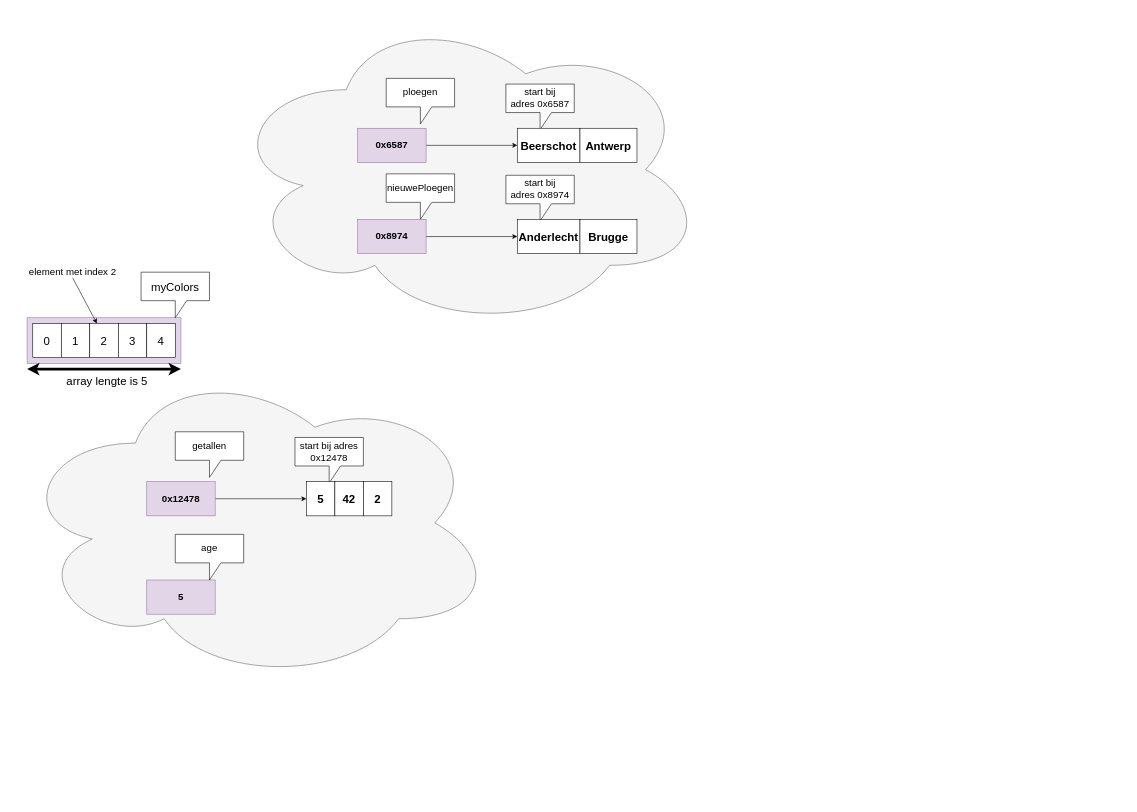
This is page "arrays" (7 of 7) of assets/svg diagrams.drawio from timdams/csharpbook, a draw.io file, before an edit. Source tidied: cells renumbered, new cells numbered last; positions are measured from the earlier drawing's top-left corner, leaving out a move shared by most shapes. Both pictures are drawn from the tidied source at 57%, with x=0, y=0 at pixel (10, 10).
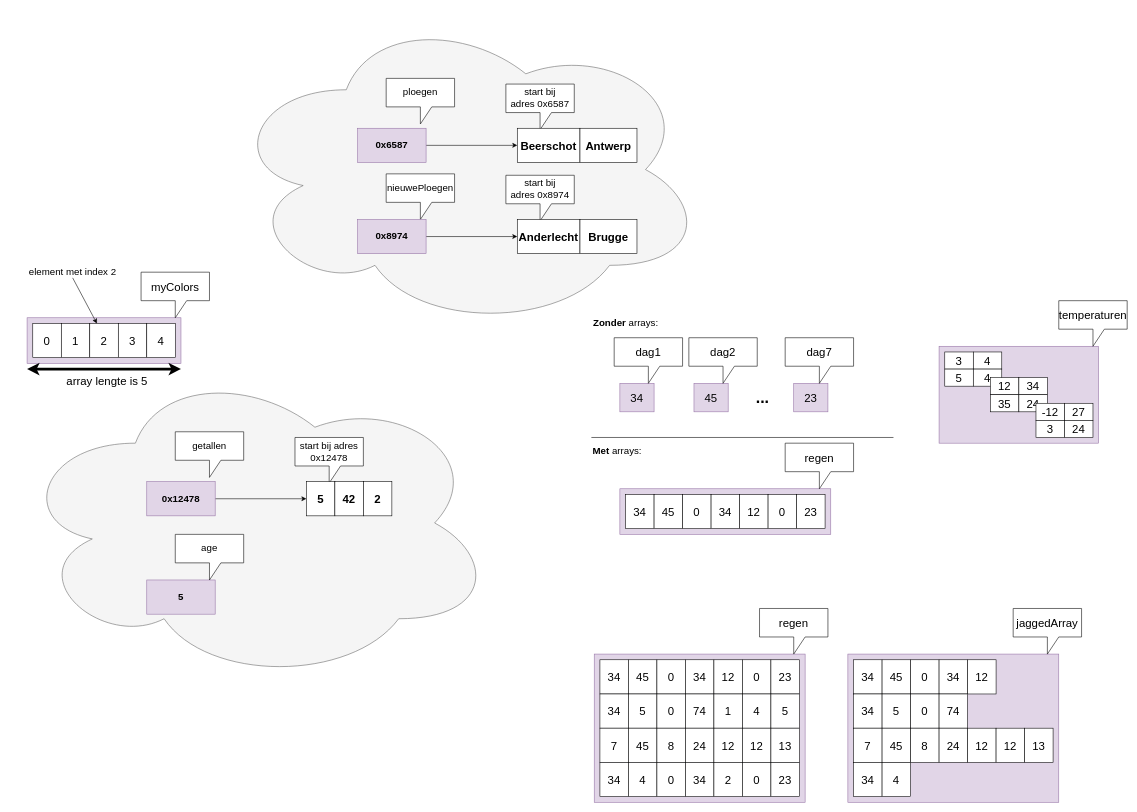
After the change.

The edit, as a diff of the source:
```diff
@@
+    <mxCell id="35" style="rounded=0;whiteSpace=wrap;html=1;fontSize=20;fillColor=#e1d5e7;strokeColor=#9673a6;" parent="1" vertex="1">
+      <mxGeometry x="1070" y="840" width="370" height="80" as="geometry" />
+    </mxCell>
+    <mxCell id="36" value="regen" style="shape=callout;whiteSpace=wrap;html=1;perimeter=calloutPerimeter;fontSize=20;" parent="1" vertex="1">
+      <mxGeometry x="1360" y="760" width="120" height="80" as="geometry" />
+    </mxCell>
+    <mxCell id="37" value="34" style="rounded=0;whiteSpace=wrap;html=1;fontSize=20;" parent="1" vertex="1">
+      <mxGeometry x="1080" y="850" width="50" height="60" as="geometry" />
+    </mxCell>
+    <mxCell id="38" value="45" style="rounded=0;whiteSpace=wrap;html=1;fontSize=20;" parent="1" vertex="1">
+      <mxGeometry x="1130" y="850" width="50" height="60" as="geometry" />
+    </mxCell>
+    <mxCell id="39" value="0" style="rounded=0;whiteSpace=wrap;html=1;fontSize=20;" parent="1" vertex="1">
+      <mxGeometry x="1180" y="850" width="50" height="60" as="geometry" />
+    </mxCell>
+    <mxCell id="40" value="34" style="rounded=0;whiteSpace=wrap;html=1;fontSize=20;" parent="1" vertex="1">
+      <mxGeometry x="1230" y="850" width="50" height="60" as="geometry" />
+    </mxCell>
+    <mxCell id="41" value="12" style="rounded=0;whiteSpace=wrap;html=1;fontSize=20;" parent="1" vertex="1">
+      <mxGeometry x="1280" y="850" width="50" height="60" as="geometry" />
+    </mxCell>
+    <mxCell id="42" value="0" style="rounded=0;whiteSpace=wrap;html=1;fontSize=20;" parent="1" vertex="1">
+      <mxGeometry x="1330" y="850" width="50" height="60" as="geometry" />
+    </mxCell>
+    <mxCell id="43" value="23" style="rounded=0;whiteSpace=wrap;html=1;fontSize=20;" parent="1" vertex="1">
+      <mxGeometry x="1380" y="850" width="50" height="60" as="geometry" />
+    </mxCell>
+    <mxCell id="44" value="34" style="rounded=0;whiteSpace=wrap;html=1;fontSize=20;fillColor=#e1d5e7;strokeColor=#9673a6;" parent="1" vertex="1">
+      <mxGeometry x="1070" y="655" width="60" height="50" as="geometry" />
+    </mxCell>
+    <mxCell id="45" value="dag1" style="shape=callout;whiteSpace=wrap;html=1;perimeter=calloutPerimeter;fontSize=20;" parent="1" vertex="1">
+      <mxGeometry x="1060" y="575" width="120" height="80" as="geometry" />
+    </mxCell>
+    <mxCell id="46" value="45" style="rounded=0;whiteSpace=wrap;html=1;fontSize=20;fillColor=#e1d5e7;strokeColor=#9673a6;" parent="1" vertex="1">
+      <mxGeometry x="1200" y="655" width="60" height="50" as="geometry" />
+    </mxCell>
+    <mxCell id="47" value="dag2" style="shape=callout;whiteSpace=wrap;html=1;perimeter=calloutPerimeter;fontSize=20;" parent="1" vertex="1">
+      <mxGeometry x="1191" y="575" width="120" height="80" as="geometry" />
+    </mxCell>
+    <mxCell id="48" value="23" style="rounded=0;whiteSpace=wrap;html=1;fontSize=20;fillColor=#e1d5e7;strokeColor=#9673a6;" parent="1" vertex="1">
+      <mxGeometry x="1375" y="655" width="60" height="50" as="geometry" />
+    </mxCell>
+    <mxCell id="49" value="dag7" style="shape=callout;whiteSpace=wrap;html=1;perimeter=calloutPerimeter;fontSize=20;" parent="1" vertex="1">
+      <mxGeometry x="1360" y="575" width="120" height="80" as="geometry" />
+    </mxCell>
+    <mxCell id="50" value="&lt;font size=&quot;1&quot;&gt;&lt;b style=&quot;font-size: 28px&quot;&gt;...&lt;/b&gt;&lt;/font&gt;" style="text;html=1;align=center;verticalAlign=middle;fontSize=17;" parent="1" vertex="1">
+      <mxGeometry x="1300" y="665" width="40" height="30" as="geometry" />
+    </mxCell>
+    <mxCell id="51" value="&lt;b&gt;Zonder &lt;/b&gt;arrays:" style="text;html=1;align=center;verticalAlign=middle;fontSize=17;" parent="1" vertex="1">
+      <mxGeometry x="1015" y="535" width="130" height="30" as="geometry" />
+    </mxCell>
+    <mxCell id="52" value="&lt;b&gt;Met &lt;/b&gt;arrays:" style="text;html=1;align=center;verticalAlign=middle;fontSize=17;" parent="1" vertex="1">
+      <mxGeometry x="1015" y="760" width="100" height="30" as="geometry" />
+    </mxCell>
+    <mxCell id="53" style="endArrow=none;html=1;fontSize=17;" parent="1" edge="1">
+      <mxGeometry relative="1" as="geometry">
+        <mxPoint x="1020" y="750" as="sourcePoint" />
+        <mxPoint x="1550" y="750" as="targetPoint" />
+      </mxGeometry>
+    </mxCell>
+    <mxCell id="54" style="rounded=0;whiteSpace=wrap;html=1;fontSize=20;fillColor=#e1d5e7;strokeColor=#9673a6;" parent="1" vertex="1">
+      <mxGeometry x="1025" y="1130" width="370" height="260" as="geometry" />
+    </mxCell>
+    <mxCell id="55" value="regen" style="shape=callout;whiteSpace=wrap;html=1;perimeter=calloutPerimeter;fontSize=20;" parent="1" vertex="1">
+      <mxGeometry x="1315" y="1050" width="120" height="80" as="geometry" />
+    </mxCell>
+    <mxCell id="56" value="34" style="rounded=0;whiteSpace=wrap;html=1;fontSize=20;" parent="1" vertex="1">
+      <mxGeometry x="1035" y="1140" width="50" height="60" as="geometry" />
+    </mxCell>
+    <mxCell id="57" value="45" style="rounded=0;whiteSpace=wrap;html=1;fontSize=20;" parent="1" vertex="1">
+      <mxGeometry x="1085" y="1140" width="50" height="60" as="geometry" />
+    </mxCell>
+    <mxCell id="58" value="0" style="rounded=0;whiteSpace=wrap;html=1;fontSize=20;" parent="1" vertex="1">
+      <mxGeometry x="1135" y="1140" width="50" height="60" as="geometry" />
+    </mxCell>
+    <mxCell id="59" value="34" style="rounded=0;whiteSpace=wrap;html=1;fontSize=20;" parent="1" vertex="1">
+      <mxGeometry x="1185" y="1140" width="50" height="60" as="geometry" />
+    </mxCell>
+    <mxCell id="60" value="12" style="rounded=0;whiteSpace=wrap;html=1;fontSize=20;" parent="1" vertex="1">
+      <mxGeometry x="1235" y="1140" width="50" height="60" as="geometry" />
+    </mxCell>
+    <mxCell id="61" value="0" style="rounded=0;whiteSpace=wrap;html=1;fontSize=20;" parent="1" vertex="1">
+      <mxGeometry x="1285" y="1140" width="50" height="60" as="geometry" />
+    </mxCell>
+    <mxCell id="62" value="23" style="rounded=0;whiteSpace=wrap;html=1;fontSize=20;" parent="1" vertex="1">
+      <mxGeometry x="1335" y="1140" width="50" height="60" as="geometry" />
+    </mxCell>
+    <mxCell id="63" value="34" style="rounded=0;whiteSpace=wrap;html=1;fontSize=20;" parent="1" vertex="1">
+      <mxGeometry x="1035" y="1200" width="50" height="60" as="geometry" />
+    </mxCell>
+    <mxCell id="64" value="5" style="rounded=0;whiteSpace=wrap;html=1;fontSize=20;" parent="1" vertex="1">
+      <mxGeometry x="1085" y="1200" width="50" height="60" as="geometry" />
+    </mxCell>
+    <mxCell id="65" value="0" style="rounded=0;whiteSpace=wrap;html=1;fontSize=20;" parent="1" vertex="1">
+      <mxGeometry x="1135" y="1200" width="50" height="60" as="geometry" />
+    </mxCell>
+    <mxCell id="66" value="74" style="rounded=0;whiteSpace=wrap;html=1;fontSize=20;" parent="1" vertex="1">
+      <mxGeometry x="1185" y="1200" width="50" height="60" as="geometry" />
+    </mxCell>
+    <mxCell id="67" value="1" style="rounded=0;whiteSpace=wrap;html=1;fontSize=20;" parent="1" vertex="1">
+      <mxGeometry x="1235" y="1200" width="50" height="60" as="geometry" />
+    </mxCell>
+    <mxCell id="68" value="4" style="rounded=0;whiteSpace=wrap;html=1;fontSize=20;" parent="1" vertex="1">
+      <mxGeometry x="1285" y="1200" width="50" height="60" as="geometry" />
+    </mxCell>
+    <mxCell id="69" value="5" style="rounded=0;whiteSpace=wrap;html=1;fontSize=20;" parent="1" vertex="1">
+      <mxGeometry x="1335" y="1200" width="50" height="60" as="geometry" />
+    </mxCell>
+    <mxCell id="70" value="7" style="rounded=0;whiteSpace=wrap;html=1;fontSize=20;" parent="1" vertex="1">
+      <mxGeometry x="1035" y="1260" width="50" height="60" as="geometry" />
+    </mxCell>
+    <mxCell id="71" value="45" style="rounded=0;whiteSpace=wrap;html=1;fontSize=20;" parent="1" vertex="1">
+      <mxGeometry x="1085" y="1260" width="50" height="60" as="geometry" />
+    </mxCell>
+    <mxCell id="72" value="8" style="rounded=0;whiteSpace=wrap;html=1;fontSize=20;" parent="1" vertex="1">
+      <mxGeometry x="1135" y="1260" width="50" height="60" as="geometry" />
+    </mxCell>
+    <mxCell id="73" value="24" style="rounded=0;whiteSpace=wrap;html=1;fontSize=20;" parent="1" vertex="1">
+      <mxGeometry x="1185" y="1260" width="50" height="60" as="geometry" />
+    </mxCell>
+    <mxCell id="74" value="12" style="rounded=0;whiteSpace=wrap;html=1;fontSize=20;" parent="1" vertex="1">
+      <mxGeometry x="1235" y="1260" width="50" height="60" as="geometry" />
+    </mxCell>
+    <mxCell id="75" value="12" style="rounded=0;whiteSpace=wrap;html=1;fontSize=20;" parent="1" vertex="1">
+      <mxGeometry x="1285" y="1260" width="50" height="60" as="geometry" />
+    </mxCell>
+    <mxCell id="76" value="13" style="rounded=0;whiteSpace=wrap;html=1;fontSize=20;" parent="1" vertex="1">
+      <mxGeometry x="1335" y="1260" width="50" height="60" as="geometry" />
+    </mxCell>
+    <mxCell id="77" value="34" style="rounded=0;whiteSpace=wrap;html=1;fontSize=20;" parent="1" vertex="1">
+      <mxGeometry x="1035" y="1320" width="50" height="60" as="geometry" />
+    </mxCell>
+    <mxCell id="78" value="4" style="rounded=0;whiteSpace=wrap;html=1;fontSize=20;" parent="1" vertex="1">
+      <mxGeometry x="1085" y="1320" width="50" height="60" as="geometry" />
+    </mxCell>
+    <mxCell id="79" value="0" style="rounded=0;whiteSpace=wrap;html=1;fontSize=20;" parent="1" vertex="1">
+      <mxGeometry x="1135" y="1320" width="50" height="60" as="geometry" />
+    </mxCell>
+    <mxCell id="80" value="34" style="rounded=0;whiteSpace=wrap;html=1;fontSize=20;" parent="1" vertex="1">
+      <mxGeometry x="1185" y="1320" width="50" height="60" as="geometry" />
+    </mxCell>
+    <mxCell id="81" value="2" style="rounded=0;whiteSpace=wrap;html=1;fontSize=20;" parent="1" vertex="1">
+      <mxGeometry x="1235" y="1320" width="50" height="60" as="geometry" />
+    </mxCell>
+    <mxCell id="82" value="0" style="rounded=0;whiteSpace=wrap;html=1;fontSize=20;" parent="1" vertex="1">
+      <mxGeometry x="1285" y="1320" width="50" height="60" as="geometry" />
+    </mxCell>
+    <mxCell id="83" value="23" style="rounded=0;whiteSpace=wrap;html=1;fontSize=20;" parent="1" vertex="1">
+      <mxGeometry x="1335" y="1320" width="50" height="60" as="geometry" />
+    </mxCell>
+    <mxCell id="84" style="rounded=0;whiteSpace=wrap;html=1;fontSize=20;fillColor=#e1d5e7;strokeColor=#9673a6;" parent="1" vertex="1">
+      <mxGeometry x="1470" y="1130" width="370" height="260" as="geometry" />
+    </mxCell>
+    <mxCell id="85" value="jaggedArray" style="shape=callout;whiteSpace=wrap;html=1;perimeter=calloutPerimeter;fontSize=20;" parent="1" vertex="1">
+      <mxGeometry x="1760" y="1050" width="120" height="80" as="geometry" />
+    </mxCell>
+    <mxCell id="86" value="34" style="rounded=0;whiteSpace=wrap;html=1;fontSize=20;" parent="1" vertex="1">
+      <mxGeometry x="1480" y="1140" width="50" height="60" as="geometry" />
+    </mxCell>
+    <mxCell id="87" value="45" style="rounded=0;whiteSpace=wrap;html=1;fontSize=20;" parent="1" vertex="1">
+      <mxGeometry x="1530" y="1140" width="50" height="60" as="geometry" />
+    </mxCell>
+    <mxCell id="88" value="0" style="rounded=0;whiteSpace=wrap;html=1;fontSize=20;" parent="1" vertex="1">
+      <mxGeometry x="1580" y="1140" width="50" height="60" as="geometry" />
+    </mxCell>
+    <mxCell id="89" value="34" style="rounded=0;whiteSpace=wrap;html=1;fontSize=20;" parent="1" vertex="1">
+      <mxGeometry x="1630" y="1140" width="50" height="60" as="geometry" />
+    </mxCell>
+    <mxCell id="90" value="12" style="rounded=0;whiteSpace=wrap;html=1;fontSize=20;" parent="1" vertex="1">
+      <mxGeometry x="1680" y="1140" width="50" height="60" as="geometry" />
+    </mxCell>
+    <mxCell id="91" value="34" style="rounded=0;whiteSpace=wrap;html=1;fontSize=20;" parent="1" vertex="1">
+      <mxGeometry x="1480" y="1200" width="50" height="60" as="geometry" />
+    </mxCell>
+    <mxCell id="92" value="5" style="rounded=0;whiteSpace=wrap;html=1;fontSize=20;" parent="1" vertex="1">
+      <mxGeometry x="1530" y="1200" width="50" height="60" as="geometry" />
+    </mxCell>
+    <mxCell id="93" value="0" style="rounded=0;whiteSpace=wrap;html=1;fontSize=20;" parent="1" vertex="1">
+      <mxGeometry x="1580" y="1200" width="50" height="60" as="geometry" />
+    </mxCell>
+    <mxCell id="94" value="74" style="rounded=0;whiteSpace=wrap;html=1;fontSize=20;" parent="1" vertex="1">
+      <mxGeometry x="1630" y="1200" width="50" height="60" as="geometry" />
+    </mxCell>
+    <mxCell id="95" value="7" style="rounded=0;whiteSpace=wrap;html=1;fontSize=20;" parent="1" vertex="1">
+      <mxGeometry x="1480" y="1260" width="50" height="60" as="geometry" />
+    </mxCell>
+    <mxCell id="96" value="45" style="rounded=0;whiteSpace=wrap;html=1;fontSize=20;" parent="1" vertex="1">
+      <mxGeometry x="1530" y="1260" width="50" height="60" as="geometry" />
+    </mxCell>
+    <mxCell id="97" value="8" style="rounded=0;whiteSpace=wrap;html=1;fontSize=20;" parent="1" vertex="1">
+      <mxGeometry x="1580" y="1260" width="50" height="60" as="geometry" />
+    </mxCell>
+    <mxCell id="98" value="24" style="rounded=0;whiteSpace=wrap;html=1;fontSize=20;" parent="1" vertex="1">
+      <mxGeometry x="1630" y="1260" width="50" height="60" as="geometry" />
+    </mxCell>
+    <mxCell id="99" value="12" style="rounded=0;whiteSpace=wrap;html=1;fontSize=20;" parent="1" vertex="1">
+      <mxGeometry x="1680" y="1260" width="50" height="60" as="geometry" />
+    </mxCell>
+    <mxCell id="100" value="12" style="rounded=0;whiteSpace=wrap;html=1;fontSize=20;" parent="1" vertex="1">
+      <mxGeometry x="1730" y="1260" width="50" height="60" as="geometry" />
+    </mxCell>
+    <mxCell id="101" value="13" style="rounded=0;whiteSpace=wrap;html=1;fontSize=20;" parent="1" vertex="1">
+      <mxGeometry x="1780" y="1260" width="50" height="60" as="geometry" />
+    </mxCell>
+    <mxCell id="102" value="34" style="rounded=0;whiteSpace=wrap;html=1;fontSize=20;" parent="1" vertex="1">
+      <mxGeometry x="1480" y="1320" width="50" height="60" as="geometry" />
+    </mxCell>
+    <mxCell id="103" value="4" style="rounded=0;whiteSpace=wrap;html=1;fontSize=20;" parent="1" vertex="1">
+      <mxGeometry x="1530" y="1320" width="50" height="60" as="geometry" />
+    </mxCell>
+    <mxCell id="104" style="rounded=0;whiteSpace=wrap;html=1;fontSize=20;fillColor=#e1d5e7;strokeColor=#9673a6;" parent="1" vertex="1">
+      <mxGeometry x="1630" y="590" width="280" height="170" as="geometry" />
+    </mxCell>
+    <mxCell id="105" value="temperaturen" style="shape=callout;whiteSpace=wrap;html=1;perimeter=calloutPerimeter;fontSize=20;" parent="1" vertex="1">
+      <mxGeometry x="1840" y="510" width="120" height="80" as="geometry" />
+    </mxCell>
+    <mxCell id="106" value="3" style="rounded=0;whiteSpace=wrap;html=1;fontSize=20;" parent="1" vertex="1">
+      <mxGeometry x="1640" y="600" width="50" height="30" as="geometry" />
+    </mxCell>
+    <mxCell id="107" value="4" style="rounded=0;whiteSpace=wrap;html=1;fontSize=20;" parent="1" vertex="1">
+      <mxGeometry x="1690" y="600" width="50" height="30" as="geometry" />
+    </mxCell>
+    <mxCell id="108" value="5" style="rounded=0;whiteSpace=wrap;html=1;fontSize=20;" parent="1" vertex="1">
+      <mxGeometry x="1640" y="630" width="50" height="30" as="geometry" />
+    </mxCell>
+    <mxCell id="109" value="4" style="rounded=0;whiteSpace=wrap;html=1;fontSize=20;" parent="1" vertex="1">
+      <mxGeometry x="1690" y="630" width="50" height="30" as="geometry" />
+    </mxCell>
+    <mxCell id="110" value="12" style="rounded=0;whiteSpace=wrap;html=1;fontSize=20;" parent="1" vertex="1">
+      <mxGeometry x="1720" y="645" width="50" height="30" as="geometry" />
+    </mxCell>
+    <mxCell id="111" value="34" style="rounded=0;whiteSpace=wrap;html=1;fontSize=20;" parent="1" vertex="1">
+      <mxGeometry x="1770" y="645" width="50" height="30" as="geometry" />
+    </mxCell>
+    <mxCell id="112" value="35" style="rounded=0;whiteSpace=wrap;html=1;fontSize=20;" parent="1" vertex="1">
+      <mxGeometry x="1720" y="675" width="50" height="30" as="geometry" />
+    </mxCell>
+    <mxCell id="113" value="24" style="rounded=0;whiteSpace=wrap;html=1;fontSize=20;" parent="1" vertex="1">
+      <mxGeometry x="1770" y="675" width="50" height="30" as="geometry" />
+    </mxCell>
+    <mxCell id="114" value="-12" style="rounded=0;whiteSpace=wrap;html=1;fontSize=20;" parent="1" vertex="1">
+      <mxGeometry x="1800" y="690" width="50" height="30" as="geometry" />
+    </mxCell>
+    <mxCell id="115" value="27" style="rounded=0;whiteSpace=wrap;html=1;fontSize=20;" parent="1" vertex="1">
+      <mxGeometry x="1850" y="690" width="50" height="30" as="geometry" />
+    </mxCell>
+    <mxCell id="116" value="3" style="rounded=0;whiteSpace=wrap;html=1;fontSize=20;" parent="1" vertex="1">
+      <mxGeometry x="1800" y="720" width="50" height="30" as="geometry" />
+    </mxCell>
+    <mxCell id="117" value="24" style="rounded=0;whiteSpace=wrap;html=1;fontSize=20;" parent="1" vertex="1">
+      <mxGeometry x="1850" y="720" width="50" height="30" as="geometry" />
+    </mxCell>
```
